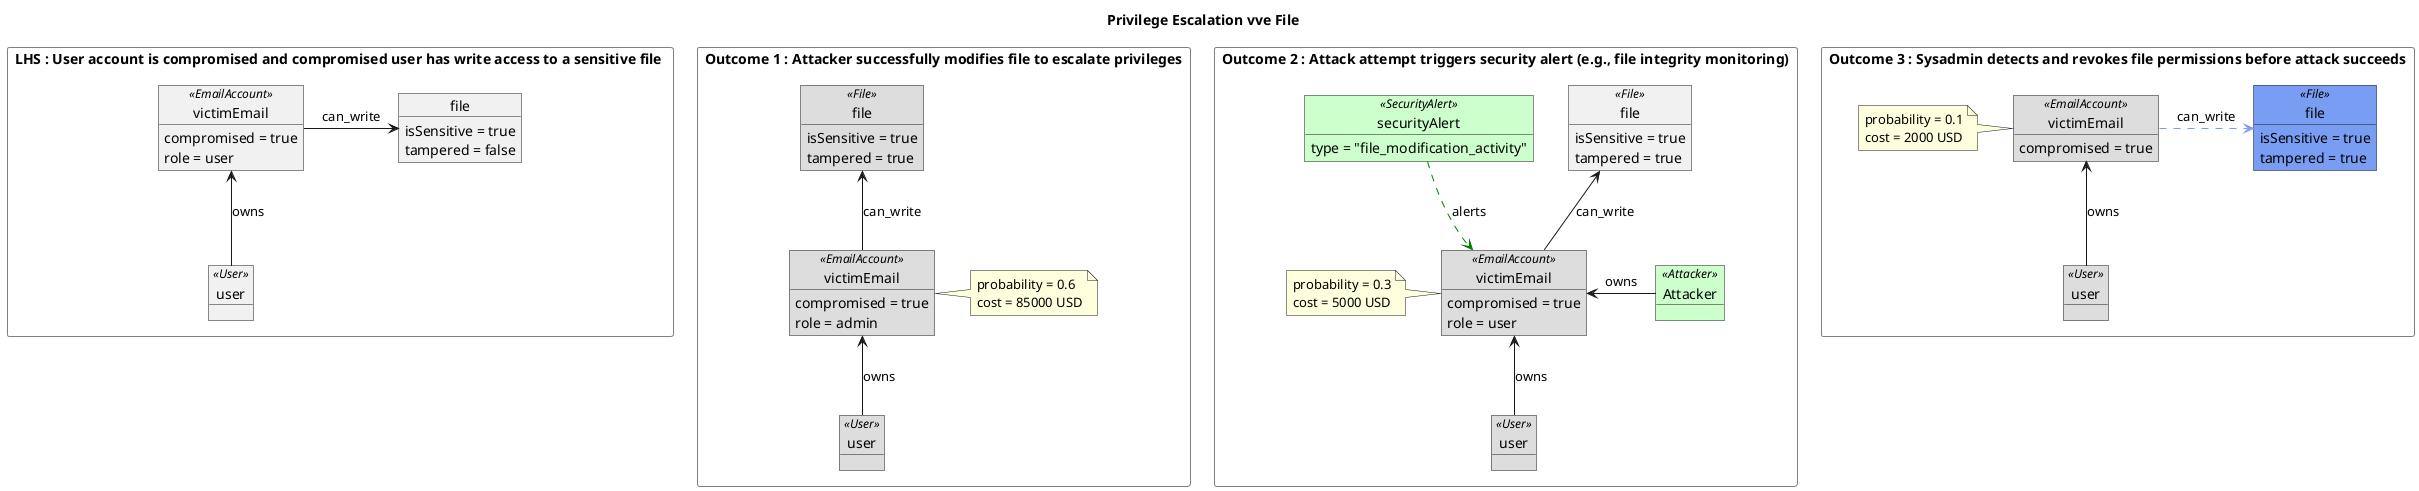
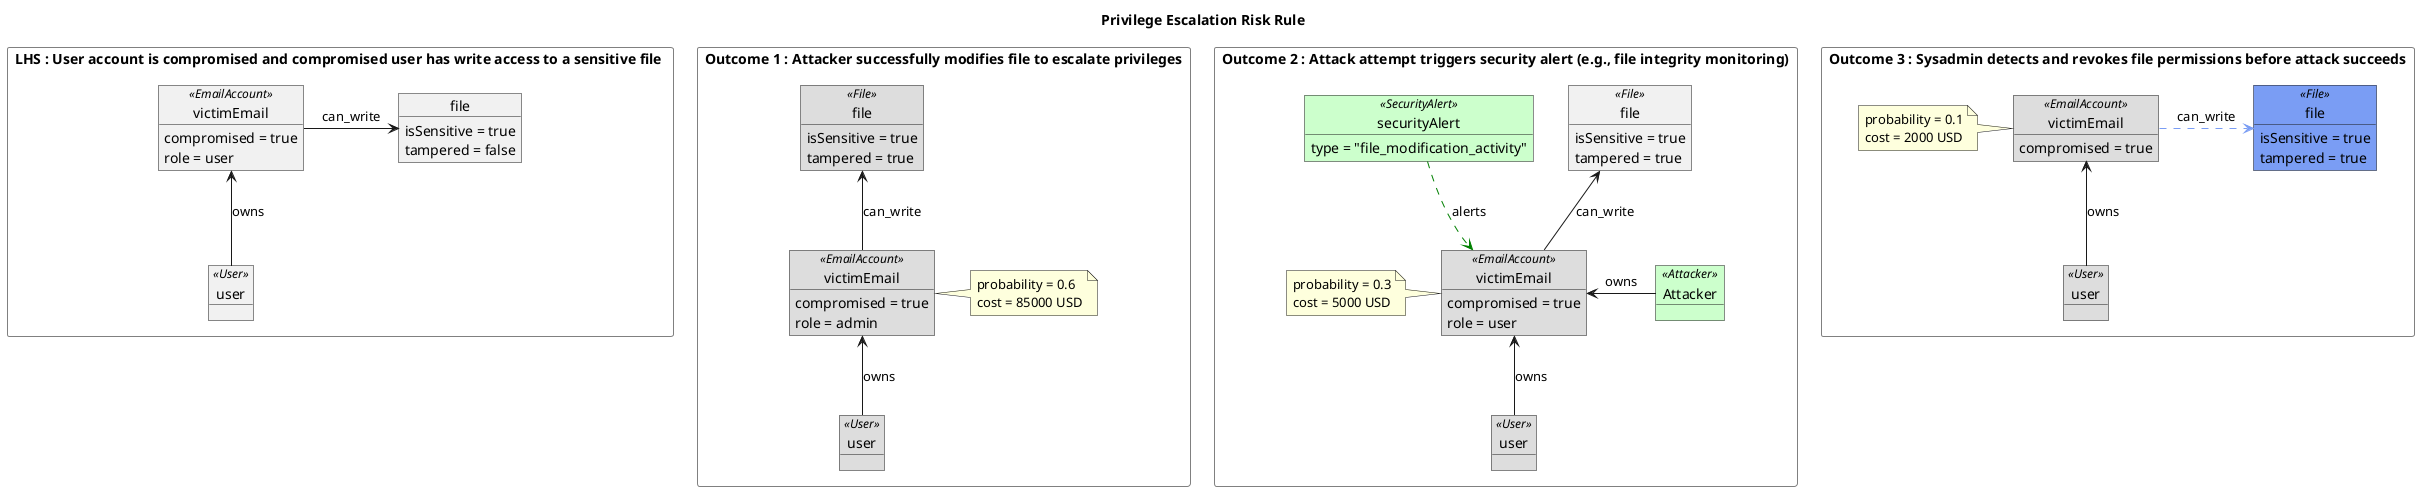
@startuml previlageEscalation
- title "Privilege Escalation vve File"
+ title "Privilege Escalation Risk Rule"


rectangle "LHS : User account is compromised and compromised user has write access to a sensitive file " as LHS_BOX #line:gray {

  object "user" as user_lhs <<User>>
  object "victimEmail" as victimEmail_lhs  <<EmailAccount>> {

    compromised = true
    role = user
  }

  object "file" as file_lhs {
    isSensitive = true
    tampered = false
  }
  user_lhs -up-> victimEmail_lhs : owns
  victimEmail_lhs -right-> file_lhs : can_write

}

rectangle "Outcome 1 : Attacker successfully modifies file to escalate privileges" as OUTCOME_BOX_1 #line:gray {

  object "user" as user1 <<User>> #dddddd
  object "victimEmail" as victimEmail1 <<EmailAccount>> #dddddd {
    compromised = true
    role = admin
  }

  object "file" as file1 <<File>> #dddddd {
    isSensitive = true
    tampered = true
  }
  user1 -up-> victimEmail1 : owns
  victimEmail1 -up-> file1 : can_write
  note right of victimEmail1
    probability = 0.6
    cost = 85000 USD
  end note

}

rectangle "Outcome 2 : Attack attempt triggers security alert (e.g., file integrity monitoring)" as OUTCOME_BOX_2 #line:gray {

  object "user" as user2 <<User>> #dddddd
  object "victimEmail" as victimEmail2 <<EmailAccount>> #dddddd {
    compromised = true
    role = user
  }
   object "file" as file2  <<File>> {
    isSensitive = true
    tampered = true
  }
  object "Attacker" as attcker2 <<Attacker>> #ccffcc {
  }
  object "securityAlert" as securityAlert2 <<SecurityAlert>> #ccffcc {
    type = "file_modification_activity"
  }

  user2 -up-> victimEmail2 : owns
  attcker2 -left-> victimEmail2 : owns

  securityAlert2 .[#Green].> victimEmail2 : alerts
  victimEmail2 -up-> file2 : can_write
  note left of victimEmail2
    probability = 0.3
    cost = 5000 USD
  end note

}

rectangle "Outcome 3 : Sysadmin detects and revokes file permissions before attack succeeds" as OUTCOME_BOX_3 #line:gray {

  object "user" as user3 <<User>> #dddddd
  object "victimEmail" as victimEmail3 <<EmailAccount>> #dddddd {
    compromised = true
  }
  object "file" as file3 <<File>> #7a9df4{
    isSensitive = true
    tampered = true
  }

  user3 -up-> victimEmail3 : owns
  victimEmail3 -.[#7a9df4]right.-> file3 : can_write
  note left of victimEmail3
    probability = 0.1
    cost = 2000 USD
  end note

}

@enduml